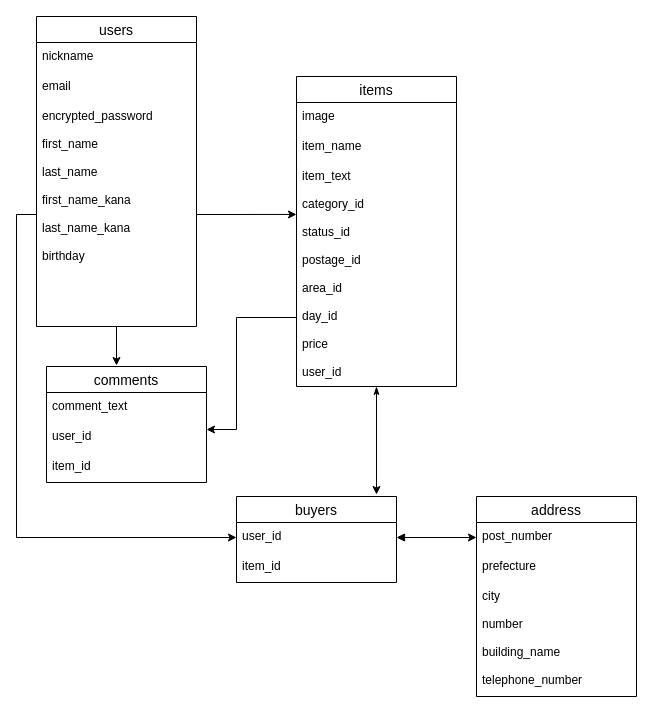
Earlier version of the draw.io diagram ER.dio (iwamottyan/furima-35510). Source tidied: cells renumbered, new cells numbered last; positions are measured from the earlier drawing's top-left corner, leaving out a move shared by most shapes. Both pictures are drawn from the tidied source at 100%, with x=0, y=0 at pixel (16, 16).
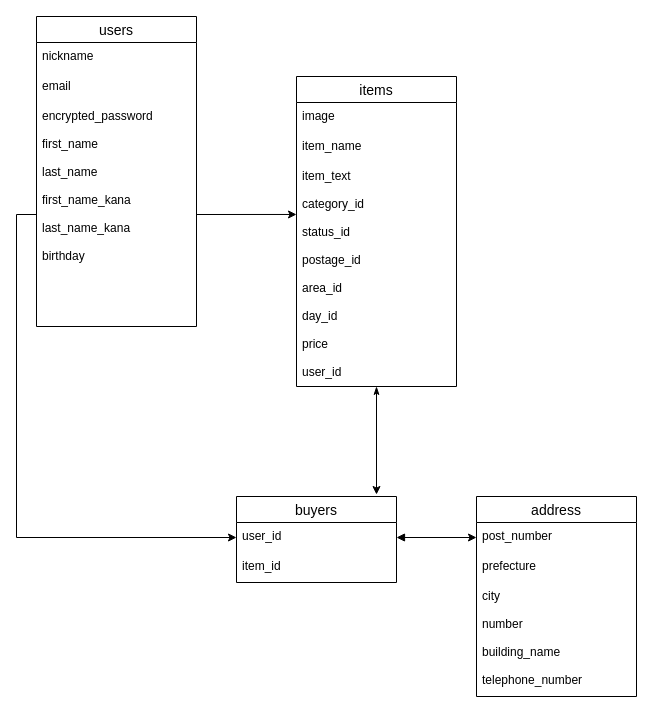
After the change.

Commit message (it also covers changes not shown here):
データベース設計再提出６

Unchanged cells that the change refers to:
```xml
<mxCell id="6" value="encrypted_password&#10;&#10;first_name&#10;&#10;last_name&#10;&#10;first_name_kana&#10;&#10;last_name_kana&#10;&#10;birthday" style="text;strokeColor=none;fillColor=none;spacingLeft=4;spacingRight=4;overflow=hidden;points=[[0,0.5],[1,0.5]];portConstraint=eastwest;fontSize=12;" parent="3" vertex="1">
  <mxGeometry y="86" width="160" height="224" as="geometry" />
</mxCell>
<mxCell id="11" value="item_text&#10;&#10;category_id&#10;&#10;status_id&#10;&#10;postage_id&#10;&#10;area_id&#10;&#10;day_id&#10;&#10;price&#10;&#10;user_id" style="text;strokeColor=none;fillColor=none;spacingLeft=4;spacingRight=4;overflow=hidden;points=[[0,0.5],[1,0.5]];portConstraint=eastwest;fontSize=12;" parent="8" vertex="1">
  <mxGeometry y="86" width="160" height="224" as="geometry" />
</mxCell>
```

What changed in the source:
```diff
@@
-    <mxCell id="2" style="edgeStyle=none;rounded=0;jettySize=auto;html=1;startArrow=none;startFill=0;exitX=0.5;exitY=1;exitDx=0;exitDy=0;exitPerimeter=0;" parent="1" edge="1" source="6">
-      <mxGeometry relative="1" as="geometry">
-        <mxPoint x="100" y="349" as="targetPoint" />
-      </mxGeometry>
-    </mxCell>
@@
-    <mxCell id="12" value="comments" style="swimlane;fontStyle=0;horizontal=1;startSize=26;align=center;fontSize=14;" parent="1" vertex="1">
-      <mxGeometry x="30" y="350" width="160" height="116" as="geometry" />
-    </mxCell>
-    <mxCell id="13" value="comment_text" style="text;strokeColor=none;fillColor=none;spacingLeft=4;spacingRight=4;overflow=hidden;fontSize=12;" parent="12" vertex="1">
-      <mxGeometry y="26" width="160" height="30" as="geometry" />
-    </mxCell>
-    <mxCell id="14" value="user_id" style="text;strokeColor=none;fillColor=none;spacingLeft=4;spacingRight=4;overflow=hidden;points=[[0,0.5],[1,0.5]];portConstraint=eastwest;fontSize=12;" parent="12" vertex="1">
-      <mxGeometry y="56" width="160" height="30" as="geometry" />
-    </mxCell>
-    <mxCell id="15" value="item_id" style="text;strokeColor=none;fillColor=none;spacingLeft=4;spacingRight=4;overflow=hidden;fontSize=12;" parent="12" vertex="1">
-      <mxGeometry y="86" width="160" height="30" as="geometry" />
-    </mxCell>
-    <mxCell id="16" style="edgeStyle=orthogonalEdgeStyle;rounded=0;jettySize=auto;html=1;exitX=0;exitY=0.5;exitDx=0;exitDy=0;entryX=1;entryY=0.233;entryDx=0;entryDy=0;entryPerimeter=0;" parent="1" edge="1" source="11" target="14">
-      <mxGeometry relative="1" as="geometry">
-        <Array as="points">
-          <mxPoint x="220" y="301" />
-          <mxPoint x="220" y="413" />
-        </Array>
-      </mxGeometry>
-    </mxCell>
```
